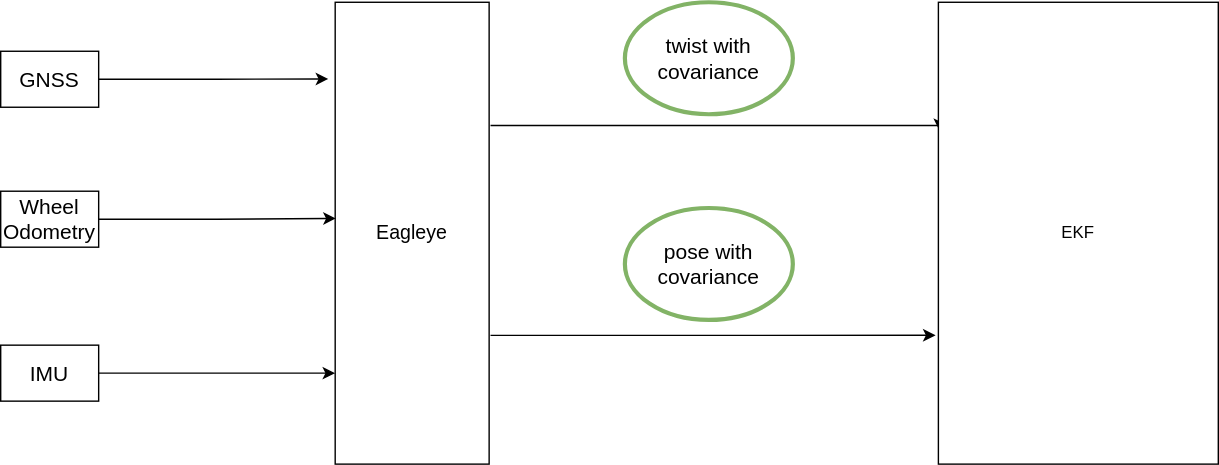
Before: docs/how-to-guides/images/eagleye-integration-guide/eagleye_pose_twist.drawio.svg, a diagram exported from draw.io (autowarefoundation/autoware-documentation). Source tidied: cells renumbered, new cells last; positions are measured from the earlier drawing's top-left corner, leaving out a move shared by most shapes.
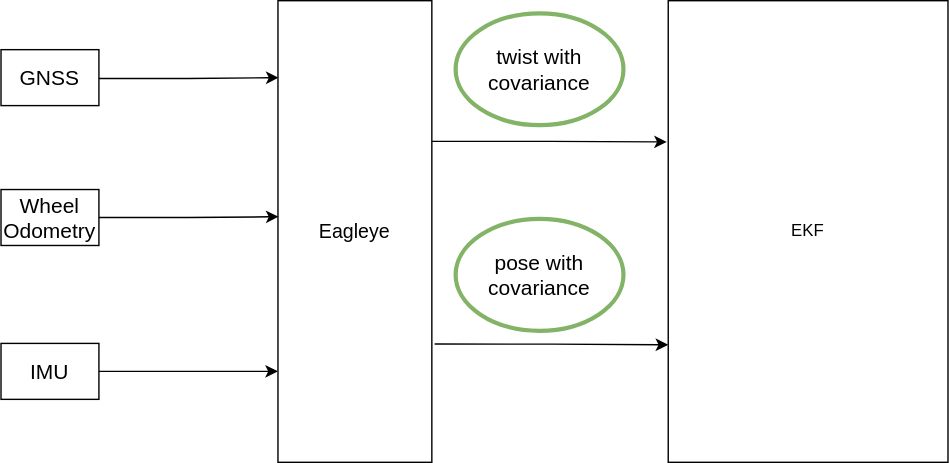
The same file after the commit.

What changed in the source:
```diff
@@ -5,17 +5,8 @@
     <mxCell id="2" style="rounded=0;whiteSpace=wrap;html=1;" parent="1" vertex="1">
       <mxGeometry y="35" width="70" height="40" as="geometry" />
     </mxCell>
-    <mxCell id="3" style="edgeStyle=orthogonalEdgeStyle;rounded=0;jettySize=auto;html=1;entryX=0.005;entryY=0.279;entryDx=0;entryDy=0;entryPerimeter=0;fontSize=14;" parent="1" edge="1" target="8">
-      <mxGeometry relative="1" as="geometry">
-        <mxPoint x="470" y="88" as="sourcePoint" />
-        <Array as="points">
-          <mxPoint x="350" y="88" />
-          <mxPoint x="350" y="88" />
-        </Array>
-      </mxGeometry>
-    </mxCell>
     <mxCell id="4" value="&lt;span style=&quot;font-size: 14px;&quot;&gt;Eagleye&lt;/span&gt;" style="rounded=0;whiteSpace=wrap;html=1;" parent="1" vertex="1">
-      <mxGeometry x="239" width="110" height="330" as="geometry" />
+      <mxGeometry x="198" width="110" height="330" as="geometry" />
     </mxCell>
     <mxCell id="5" style="rounded=0;whiteSpace=wrap;html=1;" parent="1" vertex="1">
       <mxGeometry y="245" width="70" height="40" as="geometry" />
@@ -27,11 +18,8 @@
       <mxGeometry y="250" width="70" height="30" as="geometry" />
     </mxCell>
     <mxCell id="8" value="EKF" style="rounded=0;whiteSpace=wrap;html=1;" parent="1" vertex="1">
-      <mxGeometry x="670" width="200" height="330" as="geometry" />
+      <mxGeometry x="477" width="200" height="330" as="geometry" />
     </mxCell>
-    <mxCell id="9" style="edgeStyle=orthogonalEdgeStyle;rounded=0;jettySize=auto;html=1;entryX=-0.045;entryY=0.166;entryDx=0;entryDy=0;entryPerimeter=0;fontSize=14;" parent="1" edge="1" source="10" target="4">
-      <mxGeometry relative="1" as="geometry" />
-    </mxCell>
     <mxCell id="10" value="GNSS" style="text;html=1;strokeColor=none;fillColor=none;align=center;verticalAlign=middle;whiteSpace=wrap;rounded=0;fontSize=15;" parent="1" vertex="1">
       <mxGeometry y="40" width="70" height="30" as="geometry" />
     </mxCell>
@@ -44,16 +32,34 @@
     <mxCell id="13" value="Wheel&lt;br&gt;Odometry&lt;br&gt;" style="text;html=1;strokeColor=none;fillColor=none;align=center;verticalAlign=middle;whiteSpace=wrap;rounded=0;fontSize=15;" parent="1" vertex="1">
       <mxGeometry y="145" width="70" height="20" as="geometry" />
     </mxCell>
-    <mxCell id="14" style="edgeStyle=orthogonalEdgeStyle;rounded=0;jettySize=auto;html=1;entryX=-0.01;entryY=0.721;entryDx=0;entryDy=0;entryPerimeter=0;fontSize=14;" parent="1" edge="1" target="8">
-      <mxGeometry relative="1" as="geometry">
-        <mxPoint x="350" y="238" as="sourcePoint" />
-      </mxGeometry>
-    </mxCell>
     <mxCell id="15" value="&lt;div style=&quot;font-size: 15px;&quot;&gt;&lt;font style=&quot;font-size: 15px;&quot;&gt;twist with&lt;/font&gt;&lt;/div&gt;&lt;div style=&quot;font-size: 15px;&quot;&gt;&lt;font style=&quot;font-size: 15px;&quot;&gt;covariance&lt;/font&gt;&lt;/div&gt;" style="ellipse;whiteSpace=wrap;html=1;fillColor=none;strokeColor=#82b366;strokeWidth=3;" parent="1" vertex="1">
-      <mxGeometry x="446" width="120" height="80" as="geometry" />
+      <mxGeometry x="325" y="9" width="120" height="80" as="geometry" />
     </mxCell>
     <mxCell id="16" value="&lt;div style=&quot;font-size: 15px;&quot;&gt;&lt;font style=&quot;font-size: 15px;&quot;&gt;pose with&lt;/font&gt;&lt;/div&gt;&lt;div style=&quot;font-size: 15px;&quot;&gt;&lt;font style=&quot;font-size: 15px;&quot;&gt;covariance&lt;/font&gt;&lt;/div&gt;" style="ellipse;whiteSpace=wrap;html=1;fillColor=none;strokeColor=#82b366;strokeWidth=3;" parent="1" vertex="1">
-      <mxGeometry x="446" y="147" width="120" height="80" as="geometry" />
+      <mxGeometry x="325" y="156" width="120" height="80" as="geometry" />
     </mxCell>
+    <mxCell id="17" style="edgeStyle=orthogonalEdgeStyle;rounded=0;orthogonalLoop=1;jettySize=auto;html=1;entryX=0.004;entryY=0.468;entryDx=0;entryDy=0;entryPerimeter=0;fontSize=14;" parent="1" edge="1">
+      <mxGeometry relative="1" as="geometry">
+        <mxPoint x="70" y="55.6" as="sourcePoint" />
+        <mxPoint x="198.4" y="55" as="targetPoint" />
+        <Array as="points">
+          <mxPoint x="134" y="55" />
+        </Array>
+      </mxGeometry>
+    </mxCell>
+    <mxCell id="18" style="edgeStyle=orthogonalEdgeStyle;rounded=0;orthogonalLoop=1;jettySize=auto;html=1;entryX=-0.01;entryY=0.276;entryDx=0;entryDy=0;entryPerimeter=0;fontSize=14;" parent="1" edge="1">
+      <mxGeometry relative="1" as="geometry">
+        <mxPoint x="310" y="245.5" as="sourcePoint" />
+        <mxPoint x="477" y="246" as="targetPoint" />
+        <Array as="points">
+          <mxPoint x="394" y="246" />
+        </Array>
+      </mxGeometry>
+    </mxCell>
+    <mxCell id="19" style="edgeStyle=orthogonalEdgeStyle;rounded=0;jettySize=auto;html=1;entryX=-0.005;entryY=0.306;entryDx=0;entryDy=0;entryPerimeter=0;fontSize=14;" parent="1" edge="1" target="8">
+      <mxGeometry relative="1" as="geometry">
+        <mxPoint x="308" y="100.6" as="sourcePoint" />
+      </mxGeometry>
+    </mxCell>
   </root>
 </mxGraphModel>
```
